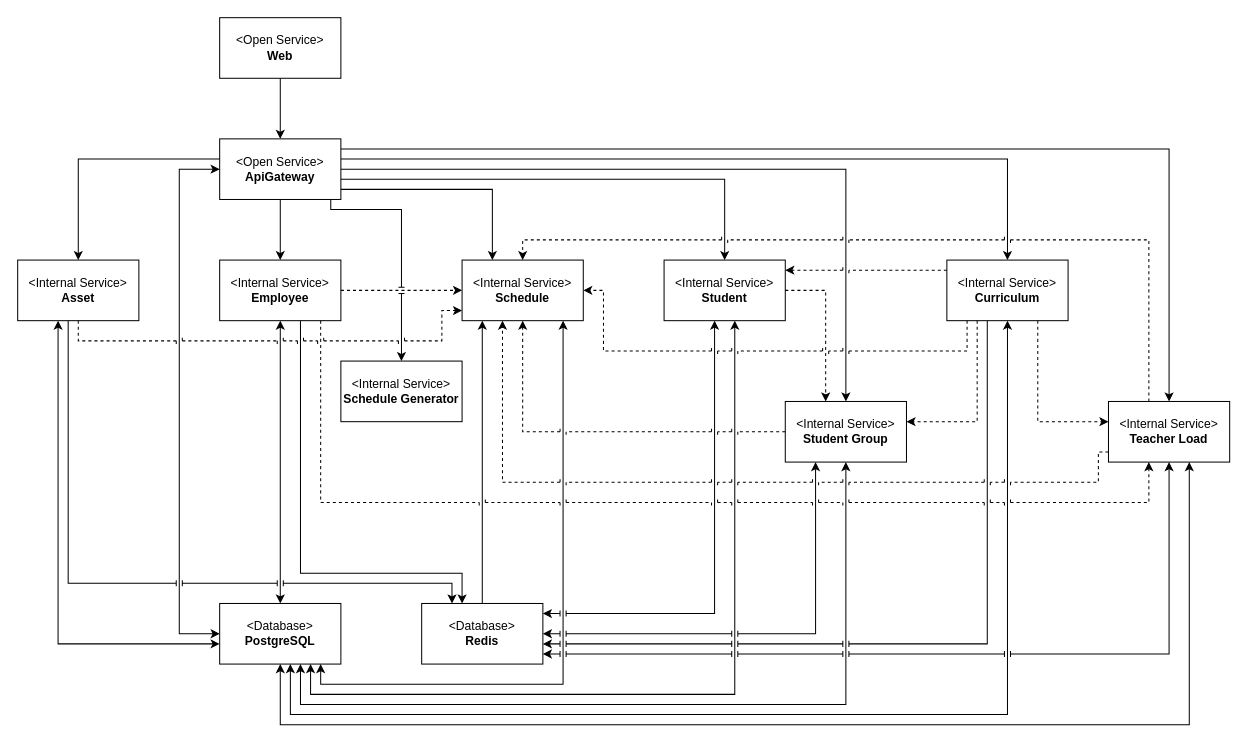
The draw.io diagram docs/architecture.drawio in IrusHunter/duckademic, before the edit. Source tidied: cells renumbered, new cells numbered last; positions are measured from the earlier drawing's top-left corner, leaving out a move shared by most shapes. Both pictures are drawn from the tidied source at 101%, with x=0, y=0 at pixel (17, 17).
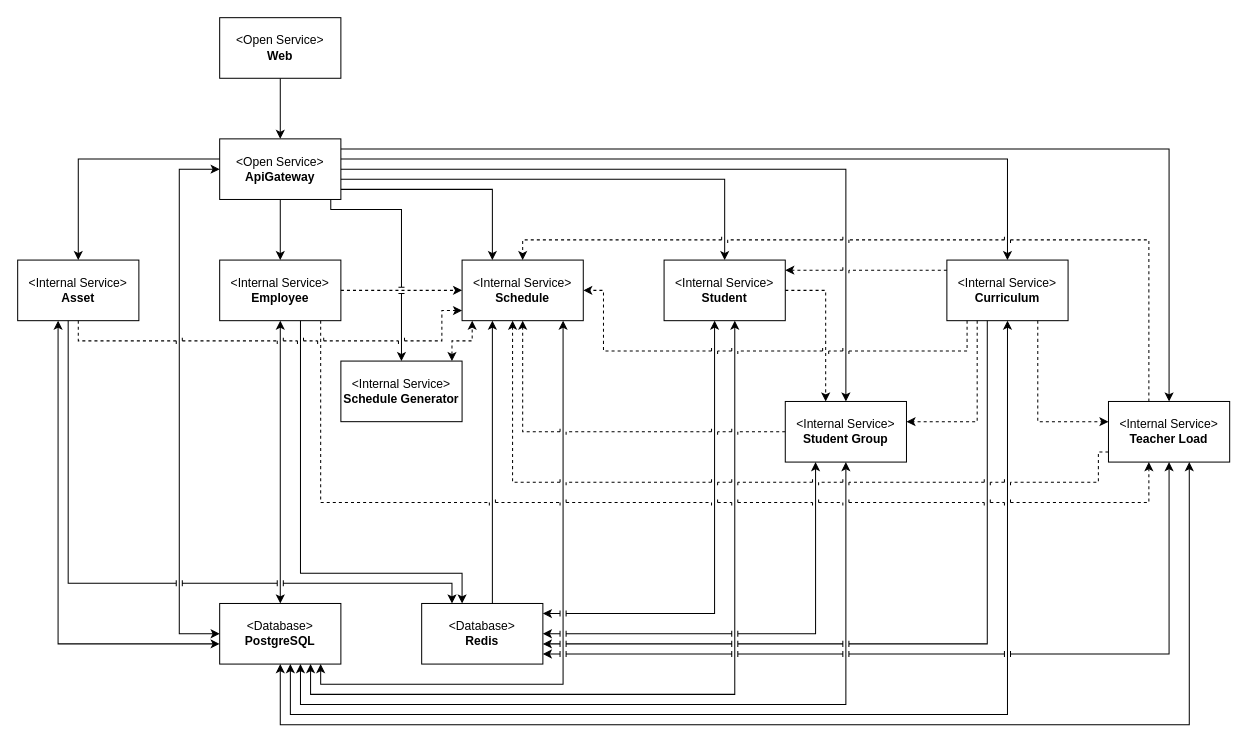
The same diagram, later.

Unchanged cells that the change refers to:
```xml
<mxCell id="11" value="&amp;lt;Internal Service&amp;gt;&lt;div&gt;&lt;b&gt;Schedule&lt;/b&gt;&lt;/div&gt;" style="html=1;whiteSpace=wrap;" parent="1" vertex="1">
  <mxGeometry x="440" y="240" width="120" height="60" as="geometry" />
</mxCell>
<mxCell id="12" value="&amp;lt;Database&amp;gt;&lt;div&gt;&lt;b&gt;Redis&lt;/b&gt;&lt;/div&gt;" style="html=1;whiteSpace=wrap;" parent="1" vertex="1">
  <mxGeometry x="400" y="580" width="120" height="60" as="geometry" />
</mxCell>
<mxCell id="35" value="&amp;lt;Internal Service&amp;gt;&lt;div&gt;&lt;b&gt;Teacher Load&lt;/b&gt;&lt;/div&gt;" style="html=1;whiteSpace=wrap;" parent="1" vertex="1">
  <mxGeometry x="1080" y="380" width="120" height="60" as="geometry" />
</mxCell>
<mxCell id="42" value="&amp;lt;Internal Service&amp;gt;&lt;div&gt;&lt;b&gt;Schedule Generator&lt;/b&gt;&lt;/div&gt;" style="html=1;whiteSpace=wrap;" parent="1" vertex="1">
  <mxGeometry x="320" y="340" width="120" height="60" as="geometry" />
</mxCell>
```

Change to the diagram source:
```diff
@@
     <mxCell id="13" style="edgeStyle=orthogonalEdgeStyle;html=1;rounded=0;curved=0;" parent="1" edge="1" source="12" target="11">
       <mxGeometry relative="1" as="geometry">
         <Array as="points">
-          <mxPoint x="460" y="540" />
-          <mxPoint x="460" y="540" />
+          <mxPoint x="470" y="440" />
+          <mxPoint x="470" y="440" />
         </Array>
       </mxGeometry>
     </mxCell>
@@
     <mxCell id="44" style="edgeStyle=orthogonalEdgeStyle;html=1;rounded=0;curved=0;dashed=1;jumpStyle=line;" parent="1" edge="1" source="35" target="11">
       <mxGeometry relative="1" as="geometry">
         <Array as="points">
           <mxPoint x="1070" y="430" />
           <mxPoint x="1070" y="460" />
-          <mxPoint x="480" y="460" />
+          <mxPoint x="490" y="460" />
         </Array>
       </mxGeometry>
     </mxCell>
@@
+    <mxCell id="50" style="edgeStyle=orthogonalEdgeStyle;html=1;rounded=0;curved=0;dashed=1;jumpStyle=line;startArrow=classic;startFill=1;" parent="1" edge="1" source="42" target="11">
+      <mxGeometry relative="1" as="geometry">
+        <Array as="points">
+          <mxPoint x="430" y="320" />
+          <mxPoint x="450" y="320" />
+        </Array>
+      </mxGeometry>
+    </mxCell>
```
